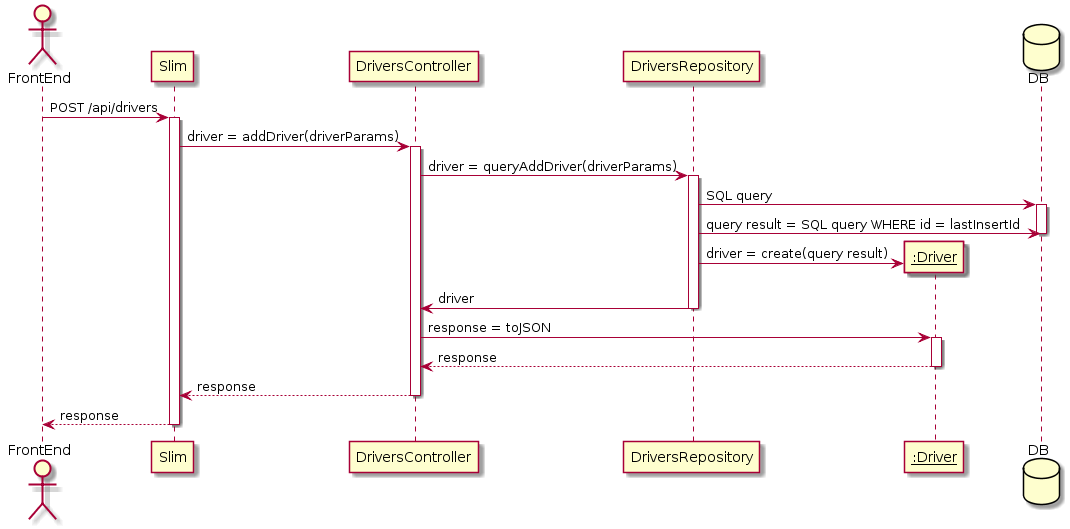
Earlier version of the PlantUML export docs/BackEnd/SequenceDiagram/AddDriver.png (malvinkooo/taxiSystem). Source of this version:
```plantuml
@startuml
actor FrontEnd
participant Slim
participant DriversController
participant DriversRepository
participant "__:Driver__" as Driver
database DB

FrontEnd -> Slim : POST /api/drivers
activate Slim
Slim -> DriversController : driver = addDriver(driverParams)
activate DriversController
DriversController -> DriversRepository : driver = queryAddDriver(driverParams)
activate DriversRepository
DriversRepository -> DB : SQL query
activate DB
DriversRepository -> DB : query result = SQL query WHERE id = lastInsertId
deactivate DB
create Driver
DriversRepository -> Driver : driver = create(query result)
DriversRepository -> DriversController : driver
deactivate DriversRepository
DriversController -> Driver : response = toJSON
activate Driver
Driver --> DriversController : response
deactivate Driver
DriversController --> Slim : response
deactivate DriversController
Slim --> FrontEnd : response
deactivate Slim
@enduml
```
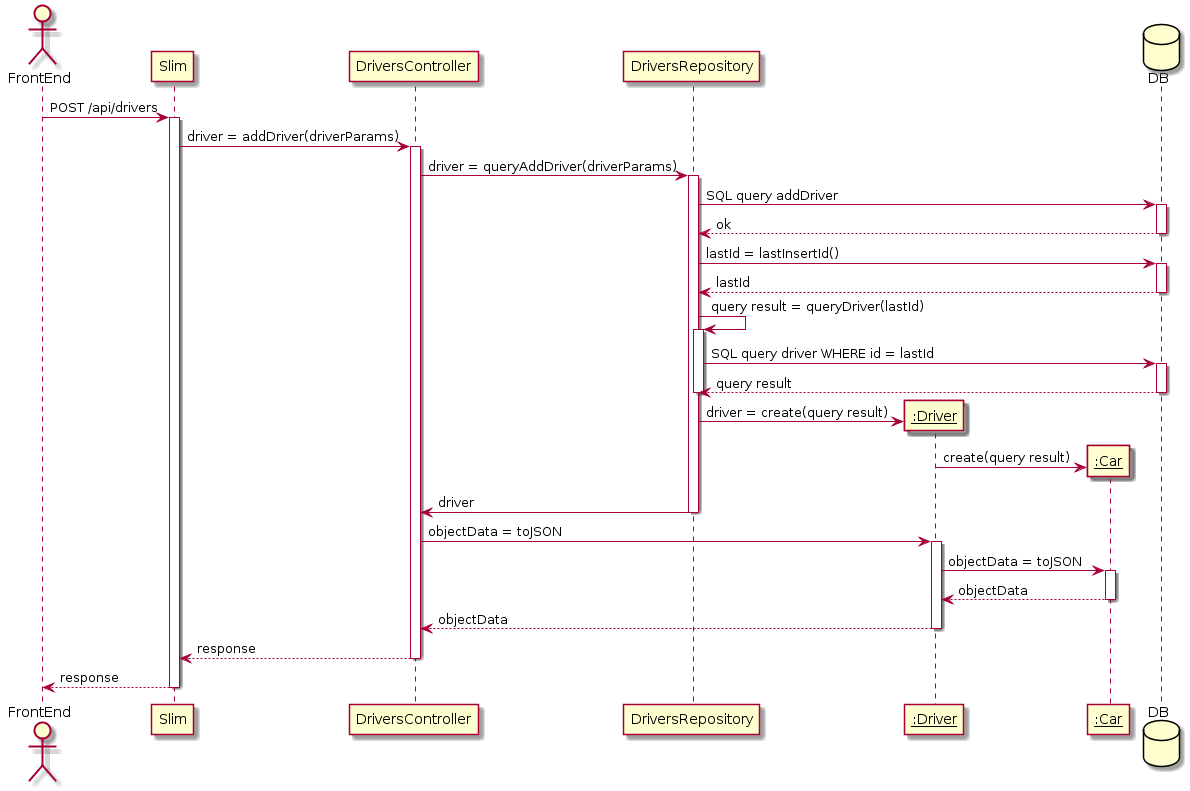
After the commit.

Commit message:
Corrections in AddCar, AddDriver, AddOrder usecases

What changed in the source:
```diff
@@ -4,6 +4,7 @@
 participant DriversController
 participant DriversRepository
 participant "__:Driver__" as Driver
+participant "__:Car__" as Car
 database DB
 
 FrontEnd -> Slim : POST /api/drivers
@@ -12,17 +13,36 @@
 activate DriversController
 DriversController -> DriversRepository : driver = queryAddDriver(driverParams)
 activate DriversRepository
-DriversRepository -> DB : SQL query
+DriversRepository -> DB : SQL query addDriver
 activate DB
-DriversRepository -> DB : query result = SQL query WHERE id = lastInsertId
+DB --> DriversRepository : ok
 deactivate DB
+DriversRepository -> DB : lastId = lastInsertId()
+activate DB
+DB --> DriversRepository : lastId
+deactivate DB
+
+DriversRepository -> DriversRepository : query result = queryDriver(lastId)
+activate DriversRepository
+DriversRepository -> DB : SQL query driver WHERE id = lastId
+activate DB
+DB --> DriversRepository : query result
+deactivate DB
+deactivate DriversRepository
+
 create Driver
 DriversRepository -> Driver : driver = create(query result)
+create Car
+Driver -> Car : create(query result)
 DriversRepository -> DriversController : driver
 deactivate DriversRepository
-DriversController -> Driver : response = toJSON
+DriversController -> Driver : objectData = toJSON
 activate Driver
-Driver --> DriversController : response
+Driver -> Car : objectData = toJSON
+activate Car
+Car --> Driver : objectData
+deactivate Car
+Driver --> DriversController : objectData
 deactivate Driver
 DriversController --> Slim : response
 deactivate DriversController
```
